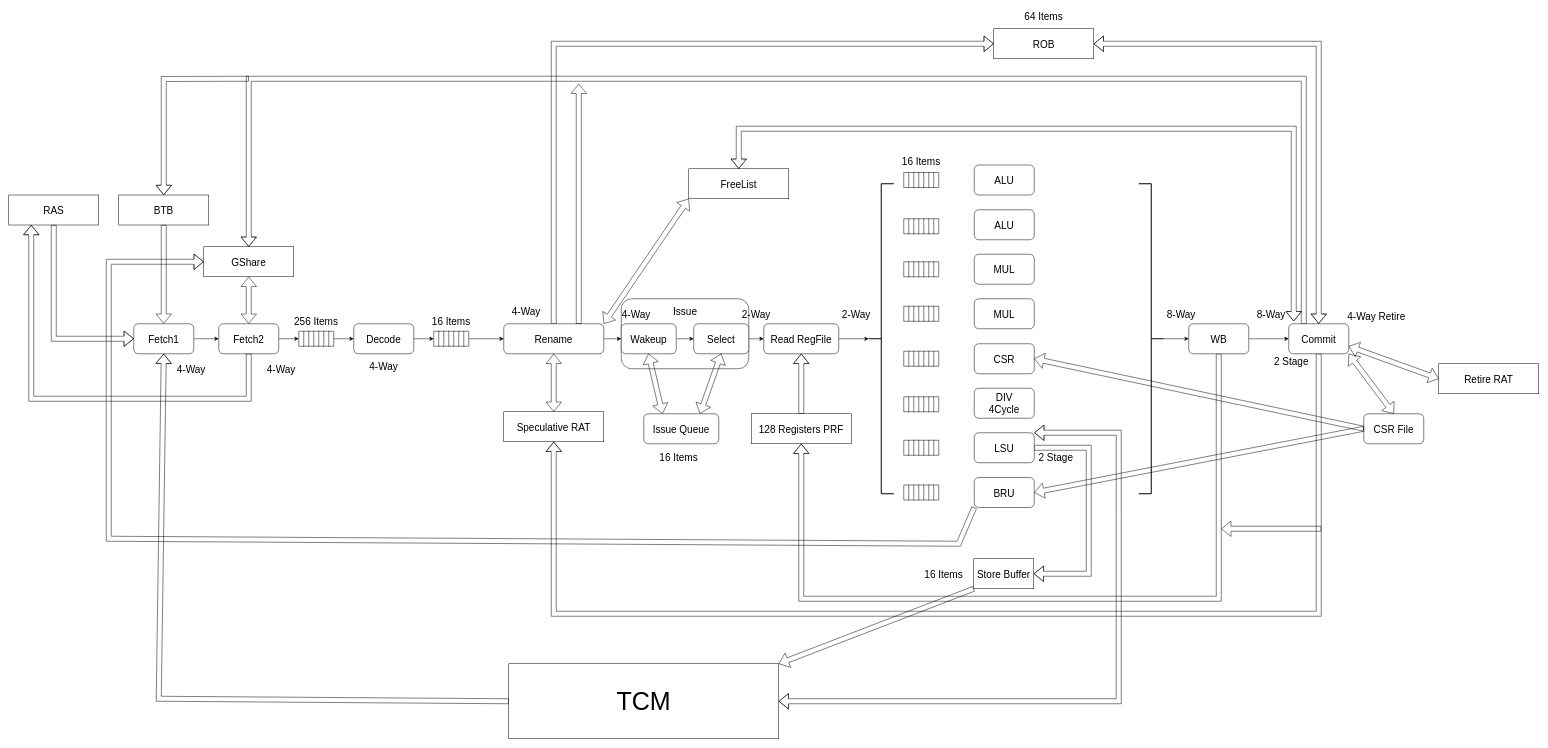
lizhirui/DreamCoreV2 keeps this draw.io diagram as docs/processor_pipeline.drawio. Above is the earlier version. Source tidied: cells renumbered, new cells numbered last; positions are measured from the earlier drawing's top-left corner, leaving out a move shared by most shapes. Both pictures are drawn from the tidied source at 50%, with x=0, y=0 at pixel (8, 8).
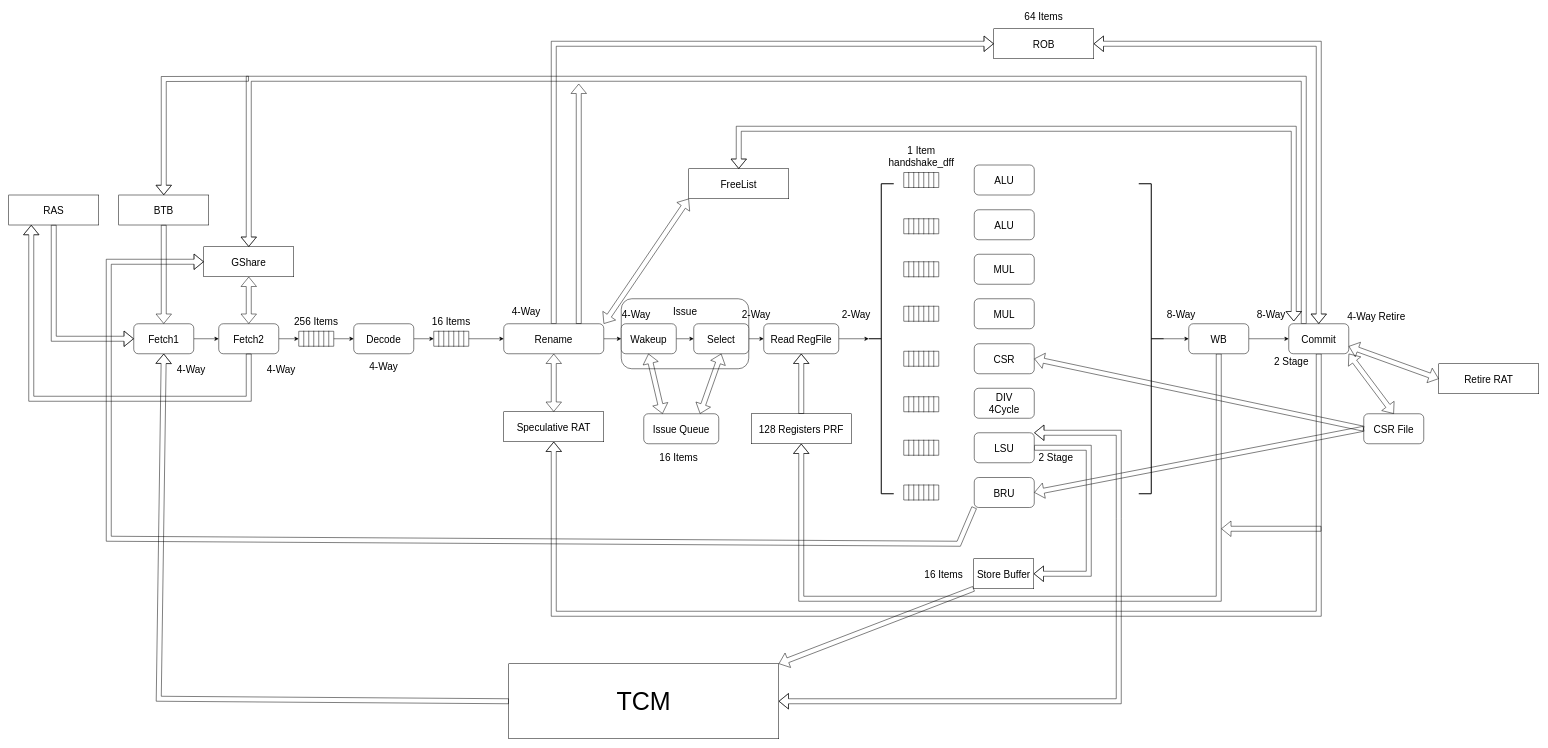
The same diagram, later.

Change to the diagram source:
```diff
@@
-    <mxCell id="148" value="16 Items" style="text;html=1;strokeColor=none;fillColor=none;align=center;verticalAlign=middle;whiteSpace=wrap;rounded=0;fontFamily=Helvetica;fontSize=20;fontColor=default;" parent="1" vertex="1">
-      <mxGeometry x="1775" y="290" width="100" height="30" as="geometry" />
+    <mxCell id="148" value="1 Item handshake_dff" style="text;html=1;strokeColor=none;fillColor=none;align=center;verticalAlign=middle;whiteSpace=wrap;rounded=0;fontFamily=Helvetica;fontSize=20;fontColor=default;" parent="1" vertex="1">
+      <mxGeometry x="1741.7" y="270" width="166.7" height="50" as="geometry" />
     </mxCell>
```
